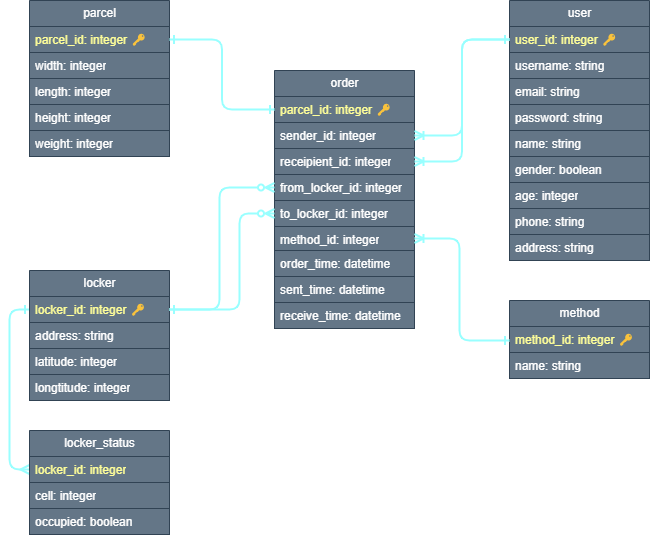
Above: UML.drawio.png in chauanphu/be-parcel-locker (draw.io), before the change. Source tidied: cells renumbered, new cells last; positions are measured from the earlier drawing's top-left corner, leaving out a move shared by most shapes.
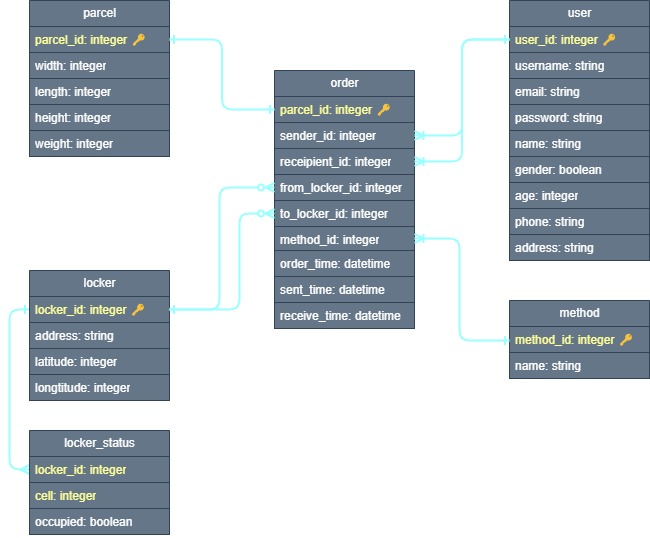
After the change.

The edit, as a diff of the source:
```diff
@@ -151,7 +151,7 @@
     <mxCell id="44" value="&lt;font color=&quot;#ffff99&quot;&gt;locker_id: integer&lt;/font&gt;" style="text;strokeColor=#314354;fillColor=#647687;align=left;verticalAlign=top;spacingLeft=4;spacingRight=4;overflow=hidden;points=[[0,0.5],[1,0.5]];portConstraint=eastwest;whiteSpace=wrap;html=1;fontColor=#ffffff;" parent="43" vertex="1">
       <mxGeometry y="26" width="140" height="26" as="geometry" />
     </mxCell>
-    <mxCell id="45" value="cell: integer" style="text;strokeColor=#314354;fillColor=#647687;align=left;verticalAlign=top;spacingLeft=4;spacingRight=4;overflow=hidden;whiteSpace=wrap;html=1;fontColor=#ffffff;" parent="43" vertex="1">
+    <mxCell id="45" value="&lt;font color=&quot;#ffff99&quot;&gt;cell: integer&lt;/font&gt;" style="text;strokeColor=#314354;fillColor=#647687;align=left;verticalAlign=top;spacingLeft=4;spacingRight=4;overflow=hidden;whiteSpace=wrap;html=1;fontColor=#ffffff;" parent="43" vertex="1">
       <mxGeometry y="52" width="140" height="26" as="geometry" />
     </mxCell>
     <mxCell id="46" value="occupied: boolean" style="text;strokeColor=#314354;fillColor=#647687;align=left;verticalAlign=top;spacingLeft=4;spacingRight=4;overflow=hidden;whiteSpace=wrap;html=1;fontColor=#ffffff;" parent="43" vertex="1">
```
